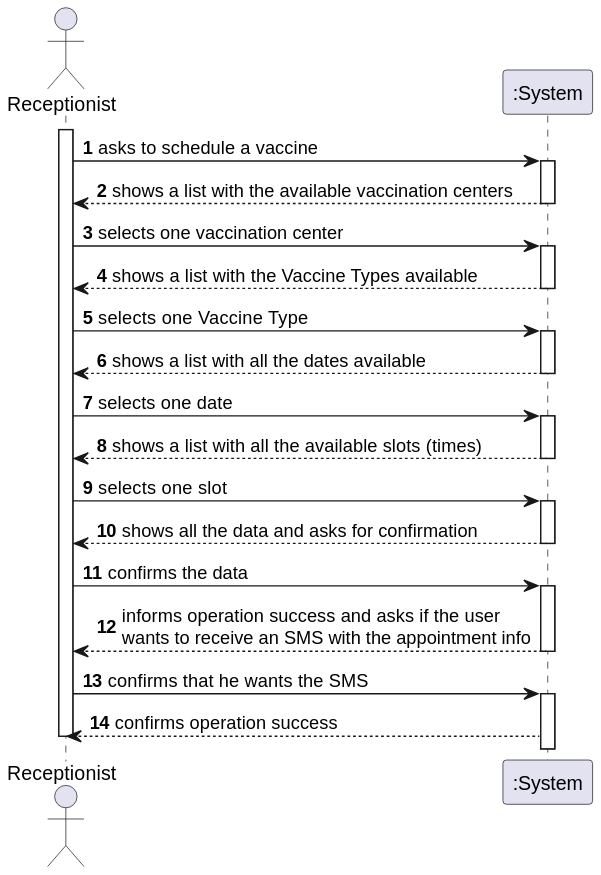
Above: docs/SprintC/US001/US001_SSD.svg in Pirussa/lei-22-s2-1da-g02 (PlantUML), before the change.
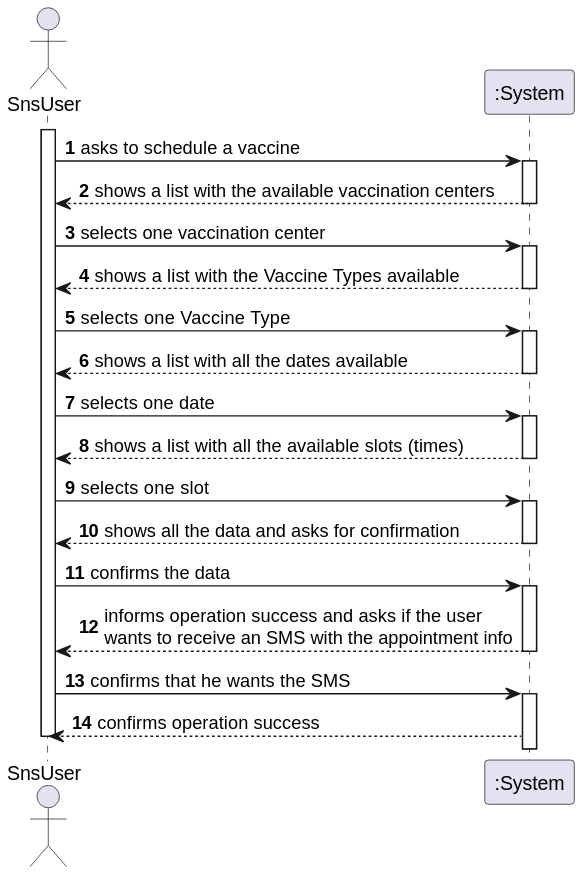
The same file after the commit.

Change to the diagram source:
```diff
@@ -1,51 +1,51 @@
 @startuml
 
 autonumber
-actor "Receptionist" as R
+actor "SnsUser" as U
 
-activate R
-R -> ":System" : asks to schedule a vaccine
+activate U
+U -> ":System" : asks to schedule a vaccine
 
 activate ":System"
-":System" --> R : shows a list with the available vaccination centers
+":System" --> U : shows a list with the available vaccination centers
 deactivate ":System"
-R -> ":System" : selects one vaccination center
+U -> ":System" : selects one vaccination center
 
 activate ":System"
 
- ":System" --> R : shows a list with the Vaccine Types available
+ ":System" --> U : shows a list with the Vaccine Types available
 
 deactivate ":System"
 
-R -> ":System" : selects one Vaccine Type
+U -> ":System" : selects one Vaccine Type
 activate ":System"
 
-":System" --> R : shows a list with all the dates available
+":System" --> U : shows a list with all the dates available
 deactivate ":System"
 
-R -> ":System" : selects one date
+U -> ":System" : selects one date
 
 activate ":System"
-":System" --> R : shows a list with all the available slots (times)
+":System" --> U : shows a list with all the available slots (times)
 deactivate ":System"
 
-R -> ":System" : selects one slot
+U -> ":System" : selects one slot
 
 
 activate ":System"
 
-":System" --> R : shows all the data and asks for confirmation
+":System" --> U : shows all the data and asks for confirmation
 deactivate ":System"
 
-R -> ":System" : confirms the data
+U -> ":System" : confirms the data
 
 activate ":System"
-":System" --> R : informs operation success and asks if the user\nwants to receive an SMS with the appointment info
+":System" --> U : informs operation success and asks if the user\nwants to receive an SMS with the appointment info
 deactivate ":System"
-R -> ":System" : confirms that he wants the SMS
+U -> ":System" : confirms that he wants the SMS
 activate ":System"
-":System" ---> R : confirms operation success
+":System" ---> U : confirms operation success
 
-deactivate R
+deactivate U
 
 @enduml
```
